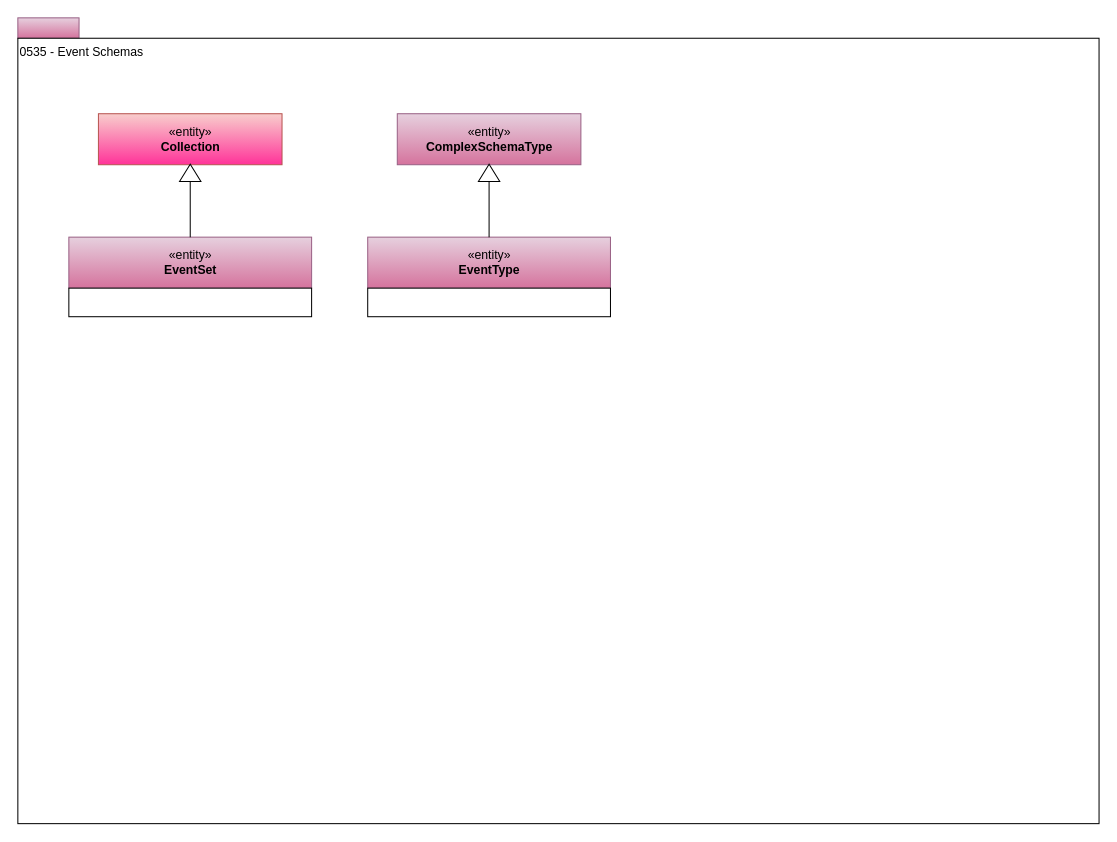
Above: page "0535-Event-Schemas" (16 of 27) of open-metadata-publication/website/open-metadata-types/area-5-models-and-schema.drawio in odpi/egeria (draw.io), before the change. Source tidied: cells renumbered, new cells numbered last; positions are measured from the earlier drawing's top-left corner, leaving out a move shared by most shapes. Both pictures are drawn from the tidied source at 102%, with x=0, y=0 at pixel (17, 17).
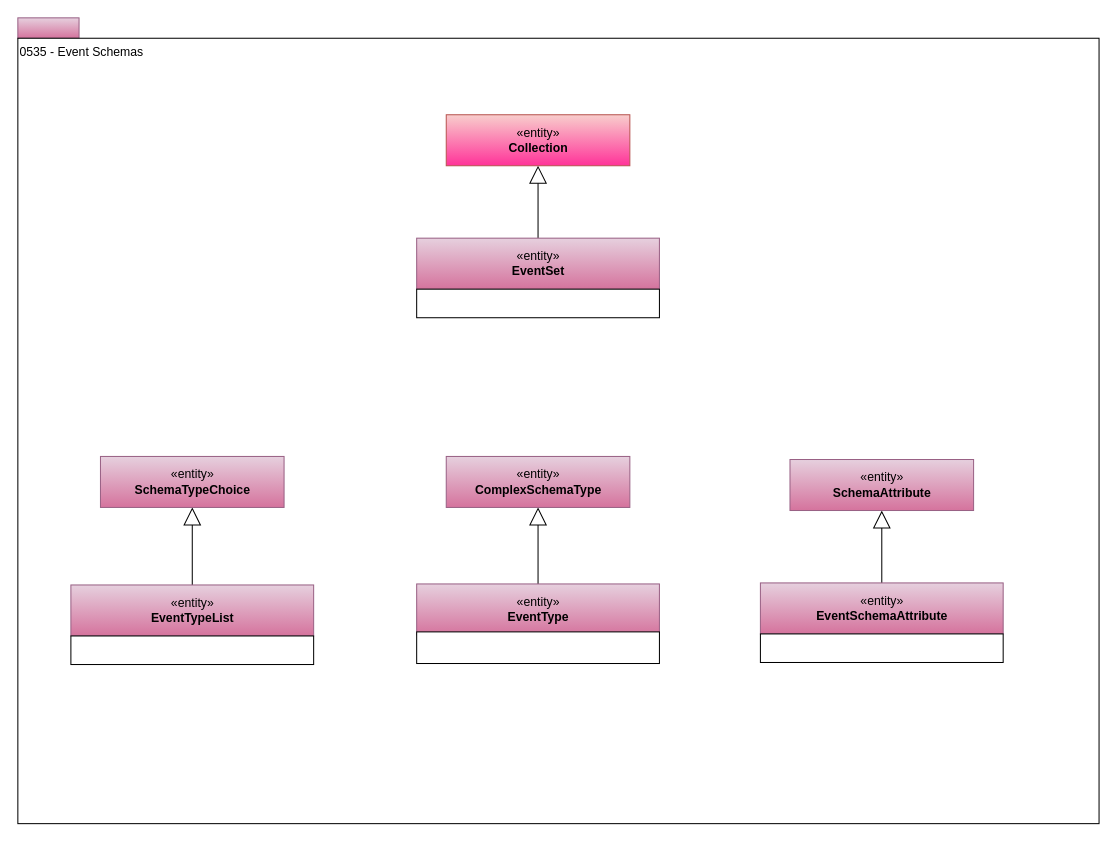
Above is the later version.

The edit, as a diff of the source:
```diff
@@
 <mxGraphModel>
   <root>
     <mxCell id="0" />
     <mxCell id="1" parent="0" />
     <mxCell id="2" style="rounded=0;whiteSpace=wrap;html=1;align=left;fillColor=#e6d0de;strokeColor=#996185;gradientColor=#d5739d;" parent="1" vertex="1">
       <mxGeometry width="60" height="20" as="geometry" />
     </mxCell>
     <mxCell id="3" value="0535 - Event Schemas" style="rounded=0;whiteSpace=wrap;html=1;align=left;verticalAlign=top;" parent="1" vertex="1">
       <mxGeometry y="20" width="1060" height="770" as="geometry" />
     </mxCell>
+    <mxCell id="14" style="edgeStyle=orthogonalEdgeStyle;rounded=0;jumpSize=16;jettySize=auto;html=1;endArrow=block;endFill=0;endSize=15;" parent="1" edge="1" source="4" target="7">
+      <mxGeometry relative="1" as="geometry" />
+    </mxCell>
     <mxCell id="4" value="«entity»&lt;br&gt;&lt;b&gt;EventSet&lt;/b&gt;" style="html=1;strokeColor=#996185;align=center;fillColor=#e6d0de;gradientColor=#d5739d;" parent="1" vertex="1">
-      <mxGeometry x="50" y="215" width="238" height="50" as="geometry" />
+      <mxGeometry x="391" y="216" width="238" height="50" as="geometry" />
     </mxCell>
     <mxCell id="5" style="rounded=0;whiteSpace=wrap;html=1;strokeColor=#000000;gradientColor=#ffffff;align=left;" parent="1" vertex="1">
-      <mxGeometry x="50" y="265" width="238" height="28" as="geometry" />
+      <mxGeometry x="391" y="266" width="238" height="28" as="geometry" />
     </mxCell>
-    <mxCell id="6" style="edgeStyle=orthogonalEdgeStyle;rounded=0;html=1;endArrow=none;endFill=0;jettySize=auto;exitX=0;exitY=0.5;" parent="1" edge="1" source="8" target="4">
-      <mxGeometry relative="1" as="geometry" />
-    </mxCell>
     <mxCell id="7" value="«entity»&lt;br&gt;&lt;b&gt;Collection&lt;/b&gt;" style="html=1;strokeColor=#b85450;align=center;fillColor=#f8cecc;gradientColor=#FF3399;" parent="1" vertex="1">
-      <mxGeometry x="79" y="94" width="180" height="50" as="geometry" />
+      <mxGeometry x="420" y="95" width="180" height="50" as="geometry" />
     </mxCell>
-    <mxCell id="8" style="triangle;whiteSpace=wrap;html=1;strokeColor=#000000;gradientColor=#ffffff;align=center;rotation=-90;" parent="1" vertex="1">
-      <mxGeometry x="160.5" y="141.5" width="17" height="21" as="geometry" />
-    </mxCell>
+    <mxCell id="15" style="edgeStyle=orthogonalEdgeStyle;rounded=0;jettySize=auto;html=1;endArrow=block;endFill=0;endSize=15;jumpSize=16;" parent="1" edge="1" source="9" target="12">
+      <mxGeometry relative="1" as="geometry" />
+    </mxCell>
     <mxCell id="9" value="«entity»&lt;br&gt;&lt;b&gt;EventType&lt;/b&gt;" style="html=1;strokeColor=#996185;align=center;fillColor=#e6d0de;gradientColor=#d5739d;" parent="1" vertex="1">
-      <mxGeometry x="343" y="215" width="238" height="50" as="geometry" />
+      <mxGeometry x="391" y="555" width="238" height="50" as="geometry" />
     </mxCell>
     <mxCell id="10" style="rounded=0;whiteSpace=wrap;html=1;strokeColor=#000000;gradientColor=#ffffff;align=left;" parent="1" vertex="1">
-      <mxGeometry x="343" y="265" width="238" height="28" as="geometry" />
+      <mxGeometry x="391" y="602" width="238" height="31" as="geometry" />
     </mxCell>
-    <mxCell id="11" style="edgeStyle=orthogonalEdgeStyle;rounded=0;html=1;endArrow=none;endFill=0;jettySize=auto;exitX=0;exitY=0.5;" parent="1" edge="1" source="13" target="9">
-      <mxGeometry relative="1" as="geometry" />
-    </mxCell>
     <mxCell id="12" value="«entity»&lt;br&gt;&lt;b&gt;ComplexSchemaType&lt;/b&gt;" style="html=1;strokeColor=#996185;align=center;fillColor=#e6d0de;gradientColor=#d5739d;" parent="1" vertex="1">
-      <mxGeometry x="372" y="94" width="180" height="50" as="geometry" />
+      <mxGeometry x="420" y="430" width="180" height="50" as="geometry" />
     </mxCell>
-    <mxCell id="13" style="triangle;whiteSpace=wrap;html=1;strokeColor=#000000;gradientColor=#ffffff;align=center;rotation=-90;" parent="1" vertex="1">
-      <mxGeometry x="453.5" y="141.5" width="17" height="21" as="geometry" />
-    </mxCell>
+    <mxCell id="16" style="edgeStyle=orthogonalEdgeStyle;rounded=0;jumpSize=16;jettySize=auto;html=1;endArrow=block;endFill=0;endSize=15;" parent="1" edge="1" source="17" target="19">
+      <mxGeometry relative="1" as="geometry" />
+    </mxCell>
+    <mxCell id="17" value="«entity»&lt;br&gt;&lt;b&gt;EventSchemaAttribute&lt;br&gt;&lt;/b&gt;" style="html=1;strokeColor=#996185;align=center;fillColor=#e6d0de;gradientColor=#d5739d;" parent="1" vertex="1">
+      <mxGeometry x="728" y="554" width="238" height="50" as="geometry" />
+    </mxCell>
+    <mxCell id="18" style="rounded=0;whiteSpace=wrap;html=1;strokeColor=#000000;gradientColor=#ffffff;align=left;" parent="1" vertex="1">
+      <mxGeometry x="728" y="604" width="238" height="28" as="geometry" />
+    </mxCell>
+    <mxCell id="19" value="«entity»&lt;br&gt;&lt;b&gt;SchemaAttribute&lt;/b&gt;" style="html=1;strokeColor=#996185;align=center;fillColor=#e6d0de;gradientColor=#d5739d;" parent="1" vertex="1">
+      <mxGeometry x="757" y="433" width="180" height="50" as="geometry" />
+    </mxCell>
+    <mxCell id="20" style="edgeStyle=orthogonalEdgeStyle;rounded=0;jumpSize=16;jettySize=auto;html=1;endArrow=block;endFill=0;endSize=15;" parent="1" edge="1" source="21" target="23">
+      <mxGeometry relative="1" as="geometry" />
+    </mxCell>
+    <mxCell id="21" value="«entity»&lt;br&gt;&lt;b&gt;EventTypeList&lt;/b&gt;" style="html=1;strokeColor=#996185;align=center;fillColor=#e6d0de;gradientColor=#d5739d;" parent="1" vertex="1">
+      <mxGeometry x="52" y="556" width="238" height="50" as="geometry" />
+    </mxCell>
+    <mxCell id="22" style="rounded=0;whiteSpace=wrap;html=1;strokeColor=#000000;gradientColor=#ffffff;align=left;" parent="1" vertex="1">
+      <mxGeometry x="52" y="606" width="238" height="28" as="geometry" />
+    </mxCell>
+    <mxCell id="23" value="«entity»&lt;br&gt;&lt;b&gt;SchemaTypeChoice&lt;/b&gt;" style="html=1;strokeColor=#996185;align=center;fillColor=#e6d0de;gradientColor=#d5739d;" parent="1" vertex="1">
+      <mxGeometry x="81" y="430" width="180" height="50" as="geometry" />
+    </mxCell>
   </root>
 </mxGraphModel>
```
